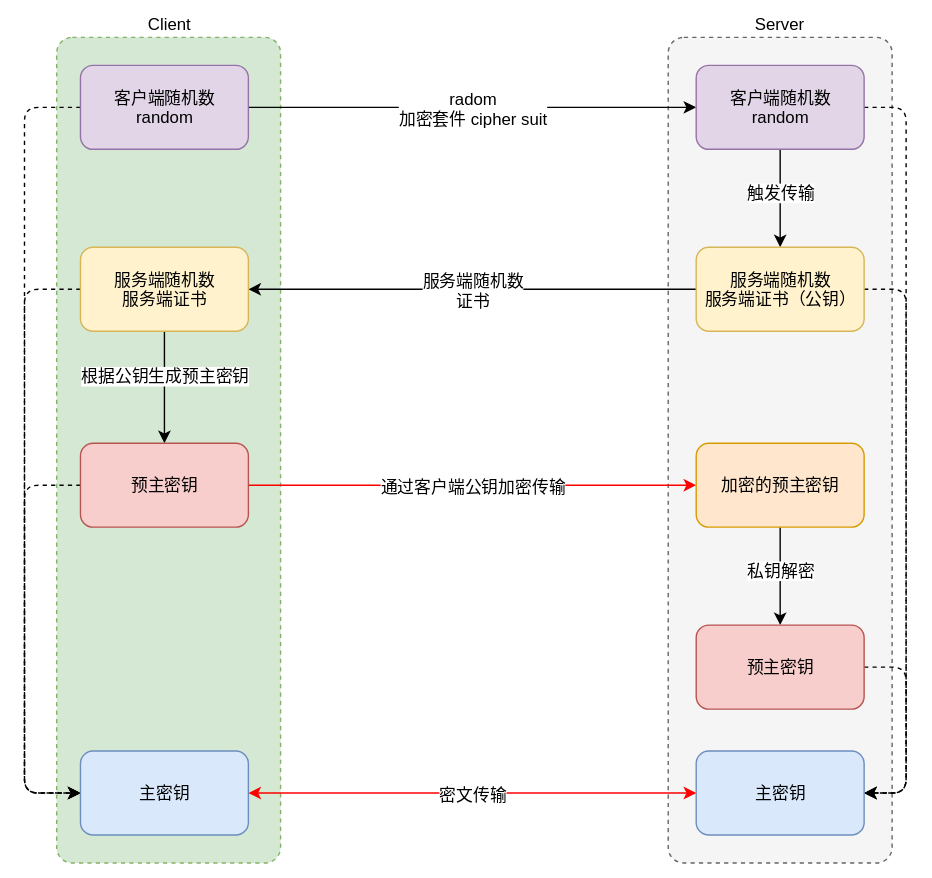
Earlier version of the draw.io export source/images/post/http-protocol/https-principle.svg (lbwa/lbwa.github.io). Source tidied: cells renumbered, new cells last; positions are measured from the earlier drawing's top-left corner, leaving out a move shared by most shapes. Source of this version:
```xml
<mxGraphModel background="#ffffff">
  <root>
    <mxCell id="0" />
    <mxCell id="1" parent="0" />
    <mxCell id="2" value="Server&lt;br&gt;" style="rounded=1;whiteSpace=wrap;html=1;fontSize=12;dashed=1;fillColor=#f5f5f5;strokeColor=#666666;arcSize=7;labelPosition=center;verticalLabelPosition=top;align=center;verticalAlign=bottom;" parent="1" vertex="1">
      <mxGeometry x="460" width="160" height="590" as="geometry" />
    </mxCell>
    <mxCell id="3" value="Client" style="rounded=1;whiteSpace=wrap;html=1;fontSize=12;dashed=1;fillColor=#d5e8d4;strokeColor=#82b366;arcSize=7;labelPosition=center;verticalLabelPosition=top;align=center;verticalAlign=bottom;" parent="1" vertex="1">
      <mxGeometry x="23" width="160" height="590" as="geometry" />
    </mxCell>
    <mxCell id="4" style="edgeStyle=orthogonalEdgeStyle;rounded=1;html=1;entryX=0;entryY=0.5;jettySize=auto;fontSize=12;" parent="1" edge="1" source="7" target="11">
      <mxGeometry relative="1" as="geometry" />
    </mxCell>
    <mxCell id="5" value="radom&lt;br&gt;加密套件 cipher suit" style="text;html=1;align=center;verticalAlign=middle;labelBackgroundColor=#ffffff;fontSize=12;" parent="4" vertex="1">
      <mxGeometry x="0.09" y="-5" relative="1" as="geometry">
        <mxPoint x="-15" y="-5" as="offset" />
      </mxGeometry>
    </mxCell>
    <mxCell id="6" style="edgeStyle=orthogonalEdgeStyle;rounded=1;html=1;entryX=0;entryY=0.5;jettySize=auto;fontSize=12;dashed=1;" parent="1" edge="1" source="7" target="29">
      <mxGeometry relative="1" as="geometry">
        <Array as="points">
          <mxPoint y="50" />
          <mxPoint y="540" />
        </Array>
      </mxGeometry>
    </mxCell>
    <mxCell id="7" value="客户端随机数&lt;br&gt;random" style="rounded=1;whiteSpace=wrap;html=1;fontSize=12;fillColor=#e1d5e7;strokeColor=#9673a6;" parent="1" vertex="1">
      <mxGeometry x="40" y="20" width="120" height="60" as="geometry" />
    </mxCell>
    <mxCell id="8" style="edgeStyle=orthogonalEdgeStyle;rounded=1;html=1;entryX=0.5;entryY=0;jettySize=auto;fontSize=12;" parent="1" edge="1" source="11" target="15">
      <mxGeometry relative="1" as="geometry" />
    </mxCell>
    <mxCell id="9" value="触发传输" style="text;html=1;align=center;verticalAlign=middle;labelBackgroundColor=#ffffff;fontSize=12;" parent="8" vertex="1">
      <mxGeometry x="-0.16" y="3" relative="1" as="geometry">
        <mxPoint x="-3" y="1" as="offset" />
      </mxGeometry>
    </mxCell>
    <mxCell id="10" style="edgeStyle=orthogonalEdgeStyle;rounded=1;html=1;entryX=1;entryY=0.5;dashed=1;jettySize=auto;fontSize=12;" parent="1" edge="1" source="11" target="30">
      <mxGeometry relative="1" as="geometry">
        <Array as="points">
          <mxPoint x="630" y="50" />
          <mxPoint x="630" y="540" />
        </Array>
      </mxGeometry>
    </mxCell>
    <mxCell id="11" value="&lt;span&gt;客户端随机数&lt;/span&gt;&lt;br&gt;&lt;span&gt;random&lt;/span&gt;" style="rounded=1;whiteSpace=wrap;html=1;fontSize=12;fillColor=#e1d5e7;strokeColor=#9673a6;" parent="1" vertex="1">
      <mxGeometry x="480" y="20" width="120" height="60" as="geometry" />
    </mxCell>
    <mxCell id="12" style="edgeStyle=orthogonalEdgeStyle;rounded=1;html=1;jettySize=auto;fontSize=12;" parent="1" edge="1" source="15" target="19">
      <mxGeometry relative="1" as="geometry" />
    </mxCell>
    <mxCell id="13" value="服务端随机数&lt;br&gt;证书&lt;br&gt;" style="text;html=1;align=center;verticalAlign=middle;labelBackgroundColor=#ffffff;fontSize=12;" parent="12" vertex="1">
      <mxGeometry x="0.1" y="3" relative="1" as="geometry">
        <mxPoint x="15" y="-3" as="offset" />
      </mxGeometry>
    </mxCell>
    <mxCell id="14" style="edgeStyle=orthogonalEdgeStyle;rounded=1;html=1;entryX=1;entryY=0.5;dashed=1;jettySize=auto;fontSize=12;" parent="1" edge="1" source="15" target="30">
      <mxGeometry relative="1" as="geometry">
        <Array as="points">
          <mxPoint x="630" y="180" />
          <mxPoint x="630" y="540" />
        </Array>
      </mxGeometry>
    </mxCell>
    <mxCell id="15" value="服务端随机数&lt;br&gt;服务端证书（公钥）&lt;br&gt;" style="rounded=1;whiteSpace=wrap;html=1;fontSize=12;fillColor=#fff2cc;strokeColor=#d6b656;" parent="1" vertex="1">
      <mxGeometry x="480" y="150" width="120" height="60" as="geometry" />
    </mxCell>
    <mxCell id="16" style="edgeStyle=orthogonalEdgeStyle;rounded=1;html=1;jettySize=auto;fontSize=12;" parent="1" edge="1" source="19" target="23">
      <mxGeometry relative="1" as="geometry" />
    </mxCell>
    <mxCell id="17" value="根据公钥生成预主密钥" style="text;html=1;align=center;verticalAlign=middle;labelBackgroundColor=#ffffff;fontSize=12;" parent="16" vertex="1">
      <mxGeometry x="-0.23" relative="1" as="geometry" />
    </mxCell>
    <mxCell id="18" style="edgeStyle=orthogonalEdgeStyle;rounded=1;html=1;entryX=0;entryY=0.5;jettySize=auto;fontSize=12;dashed=1;" parent="1" edge="1" source="19" target="29">
      <mxGeometry relative="1" as="geometry">
        <Array as="points">
          <mxPoint y="180" />
          <mxPoint y="540" />
        </Array>
      </mxGeometry>
    </mxCell>
    <mxCell id="19" value="服务端随机数&lt;br&gt;服务端证书&lt;br&gt;" style="rounded=1;whiteSpace=wrap;html=1;fontSize=12;fillColor=#fff2cc;strokeColor=#d6b656;" parent="1" vertex="1">
      <mxGeometry x="40" y="150" width="120" height="60" as="geometry" />
    </mxCell>
    <mxCell id="20" style="edgeStyle=orthogonalEdgeStyle;rounded=1;html=1;jettySize=auto;fontSize=12;strokeColor=#FF0000;" parent="1" edge="1" source="23" target="27">
      <mxGeometry relative="1" as="geometry" />
    </mxCell>
    <mxCell id="21" value="通过客户端公钥加密传输" style="text;html=1;align=center;verticalAlign=middle;labelBackgroundColor=#ffffff;fontSize=12;" parent="20" vertex="1">
      <mxGeometry x="-0.1" y="-3" relative="1" as="geometry">
        <mxPoint x="16" y="-3" as="offset" />
      </mxGeometry>
    </mxCell>
    <mxCell id="22" style="edgeStyle=orthogonalEdgeStyle;rounded=1;html=1;entryX=0;entryY=0.5;jettySize=auto;fontSize=12;dashed=1;" parent="1" edge="1" source="23" target="29">
      <mxGeometry relative="1" as="geometry">
        <Array as="points">
          <mxPoint y="320" />
          <mxPoint y="540" />
        </Array>
      </mxGeometry>
    </mxCell>
    <mxCell id="23" value="预主密钥&lt;br&gt;" style="rounded=1;whiteSpace=wrap;html=1;fontSize=12;fillColor=#f8cecc;strokeColor=#b85450;" parent="1" vertex="1">
      <mxGeometry x="40" y="290" width="120" height="60" as="geometry" />
    </mxCell>
    <mxCell id="24" style="edgeStyle=orthogonalEdgeStyle;rounded=1;html=1;jettySize=auto;fontSize=12;" parent="1" edge="1" source="27" target="28">
      <mxGeometry relative="1" as="geometry" />
    </mxCell>
    <mxCell id="25" value="私钥解密" style="text;html=1;align=center;verticalAlign=middle;labelBackgroundColor=#ffffff;fontSize=12;" parent="24" vertex="1">
      <mxGeometry x="-0.31" y="3" relative="1" as="geometry">
        <mxPoint x="-3" y="6" as="offset" />
      </mxGeometry>
    </mxCell>
    <mxCell id="26" style="edgeStyle=orthogonalEdgeStyle;rounded=1;html=1;entryX=1;entryY=0.5;dashed=1;jettySize=auto;fontSize=12;exitX=1;exitY=0.5;" parent="1" edge="1" source="28" target="30">
      <mxGeometry relative="1" as="geometry">
        <Array as="points">
          <mxPoint x="630" y="450" />
          <mxPoint x="630" y="540" />
        </Array>
      </mxGeometry>
    </mxCell>
    <mxCell id="27" value="加密的预主密钥&lt;br&gt;" style="rounded=1;whiteSpace=wrap;html=1;fontSize=12;fillColor=#ffe6cc;strokeColor=#d79b00;" parent="1" vertex="1">
      <mxGeometry x="480" y="290" width="120" height="60" as="geometry" />
    </mxCell>
    <mxCell id="28" value="预主密钥&lt;br&gt;" style="rounded=1;whiteSpace=wrap;html=1;fontSize=12;fillColor=#f8cecc;strokeColor=#b85450;" parent="1" vertex="1">
      <mxGeometry x="480" y="420" width="120" height="60" as="geometry" />
    </mxCell>
    <mxCell id="29" value="主密钥" style="rounded=1;whiteSpace=wrap;html=1;fontSize=12;fillColor=#dae8fc;strokeColor=#6c8ebf;" parent="1" vertex="1">
      <mxGeometry x="40" y="510" width="120" height="60" as="geometry" />
    </mxCell>
    <mxCell id="30" value="主密钥" style="rounded=1;whiteSpace=wrap;html=1;fontSize=12;fillColor=#dae8fc;strokeColor=#6c8ebf;" parent="1" vertex="1">
      <mxGeometry x="480" y="510" width="120" height="60" as="geometry" />
    </mxCell>
    <mxCell id="31" style="endArrow=classic;startArrow=classic;html=1;fontSize=12;exitX=1;exitY=0.5;entryX=0;entryY=0.5;strokeColor=#FF0000;" parent="1" edge="1" source="29" target="30">
      <mxGeometry relative="1" as="geometry" />
    </mxCell>
    <mxCell id="32" value="密文传输" style="text;html=1;align=center;verticalAlign=middle;labelBackgroundColor=#ffffff;fontSize=12;" parent="31" vertex="1">
      <mxGeometry x="-0.08" y="-5" relative="1" as="geometry">
        <mxPoint x="13" y="-5" as="offset" />
      </mxGeometry>
    </mxCell>
  </root>
</mxGraphModel>
```
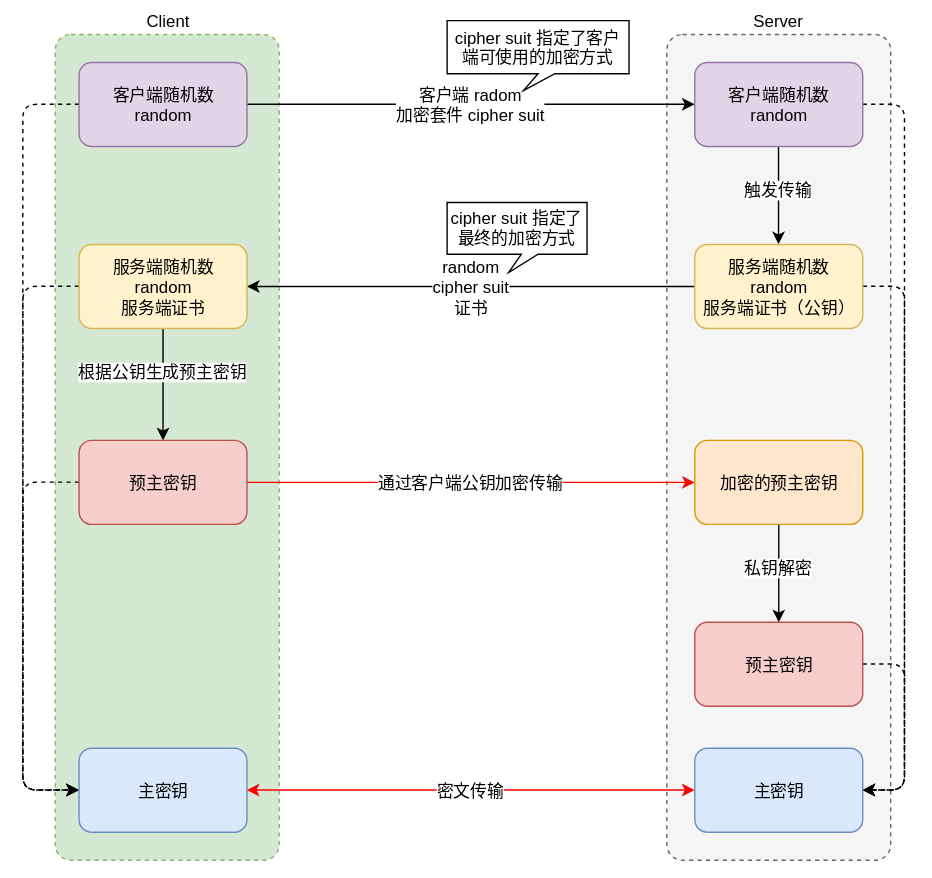
The same file after the commit.

Commit message:
build: https and http2 in http-protocol

The edit, as a diff of the source:
```diff
@@ -11,7 +11,7 @@
     <mxCell id="4" style="edgeStyle=orthogonalEdgeStyle;rounded=1;html=1;entryX=0;entryY=0.5;jettySize=auto;fontSize=12;" parent="1" edge="1" source="7" target="11">
       <mxGeometry relative="1" as="geometry" />
     </mxCell>
-    <mxCell id="5" value="radom&lt;br&gt;加密套件 cipher suit" style="text;html=1;align=center;verticalAlign=middle;labelBackgroundColor=#ffffff;fontSize=12;" parent="4" vertex="1">
+    <mxCell id="5" value="客户端 radom&lt;br&gt;加密套件 cipher suit" style="text;html=1;align=center;verticalAlign=middle;labelBackgroundColor=#ffffff;fontSize=12;" parent="4" vertex="1">
       <mxGeometry x="0.09" y="-5" relative="1" as="geometry">
         <mxPoint x="-15" y="-5" as="offset" />
       </mxGeometry>
@@ -49,7 +49,7 @@
     <mxCell id="12" style="edgeStyle=orthogonalEdgeStyle;rounded=1;html=1;jettySize=auto;fontSize=12;" parent="1" edge="1" source="15" target="19">
       <mxGeometry relative="1" as="geometry" />
     </mxCell>
-    <mxCell id="13" value="服务端随机数&lt;br&gt;证书&lt;br&gt;" style="text;html=1;align=center;verticalAlign=middle;labelBackgroundColor=#ffffff;fontSize=12;" parent="12" vertex="1">
+    <mxCell id="13" value="random&lt;br&gt;cipher suit&lt;br&gt;证书&lt;br&gt;" style="text;html=1;align=center;verticalAlign=middle;labelBackgroundColor=#ffffff;fontSize=12;" parent="12" vertex="1">
       <mxGeometry x="0.1" y="3" relative="1" as="geometry">
         <mxPoint x="15" y="-3" as="offset" />
       </mxGeometry>
@@ -62,7 +62,7 @@
         </Array>
       </mxGeometry>
     </mxCell>
-    <mxCell id="15" value="服务端随机数&lt;br&gt;服务端证书（公钥）&lt;br&gt;" style="rounded=1;whiteSpace=wrap;html=1;fontSize=12;fillColor=#fff2cc;strokeColor=#d6b656;" parent="1" vertex="1">
+    <mxCell id="15" value="服务端随机数&lt;br&gt;random&lt;br&gt;服务端证书（公钥）&lt;br&gt;" style="rounded=1;whiteSpace=wrap;html=1;fontSize=12;fillColor=#fff2cc;strokeColor=#d6b656;" parent="1" vertex="1">
       <mxGeometry x="480" y="150" width="120" height="60" as="geometry" />
     </mxCell>
     <mxCell id="16" style="edgeStyle=orthogonalEdgeStyle;rounded=1;html=1;jettySize=auto;fontSize=12;" parent="1" edge="1" source="19" target="23">
@@ -79,7 +79,7 @@
         </Array>
       </mxGeometry>
     </mxCell>
-    <mxCell id="19" value="服务端随机数&lt;br&gt;服务端证书&lt;br&gt;" style="rounded=1;whiteSpace=wrap;html=1;fontSize=12;fillColor=#fff2cc;strokeColor=#d6b656;" parent="1" vertex="1">
+    <mxCell id="19" value="服务端随机数&lt;br&gt;random&lt;br&gt;服务端证书&lt;br&gt;" style="rounded=1;whiteSpace=wrap;html=1;fontSize=12;fillColor=#fff2cc;strokeColor=#d6b656;" parent="1" vertex="1">
       <mxGeometry x="40" y="150" width="120" height="60" as="geometry" />
     </mxCell>
     <mxCell id="20" style="edgeStyle=orthogonalEdgeStyle;rounded=1;html=1;jettySize=auto;fontSize=12;strokeColor=#FF0000;" parent="1" edge="1" source="23" target="27">
@@ -137,5 +137,11 @@
         <mxPoint x="13" y="-5" as="offset" />
       </mxGeometry>
     </mxCell>
+    <mxCell id="33" value="cipher suit 指定了最终的加密方式" style="shape=callout;whiteSpace=wrap;html=1;perimeter=calloutPerimeter;rounded=0;fontSize=12;size=13;position=0.53;base=12;position2=0.44;" parent="1" vertex="1">
+      <mxGeometry x="303" y="120" width="100" height="50" as="geometry" />
+    </mxCell>
+    <mxCell id="34" value="cipher suit 指定了客户端可使用的加密方式" style="shape=callout;whiteSpace=wrap;html=1;perimeter=calloutPerimeter;rounded=0;fontSize=12;size=12;position=0.5;base=12;position2=0.42;" parent="1" vertex="1">
+      <mxGeometry x="303" y="-10" width="130" height="50" as="geometry" />
+    </mxCell>
   </root>
 </mxGraphModel>
```
